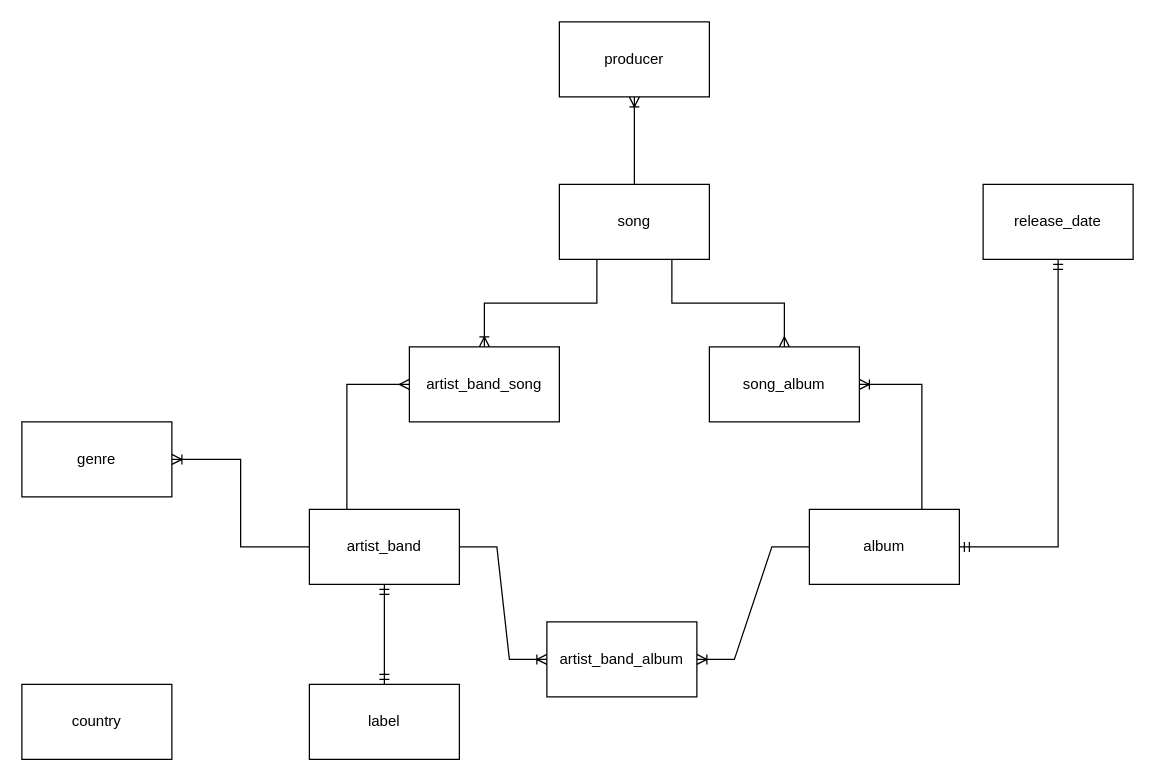
This is model_abstract.drawio from vitorjurj/examen_sem1_db, a draw.io file, before an edit. Source tidied: cells renumbered, new cells numbered last; positions are measured from the earlier drawing's top-left corner, leaving out a move shared by most shapes. Both pictures are drawn from the tidied source at 125%, with x=0, y=0 at pixel (21, 21).
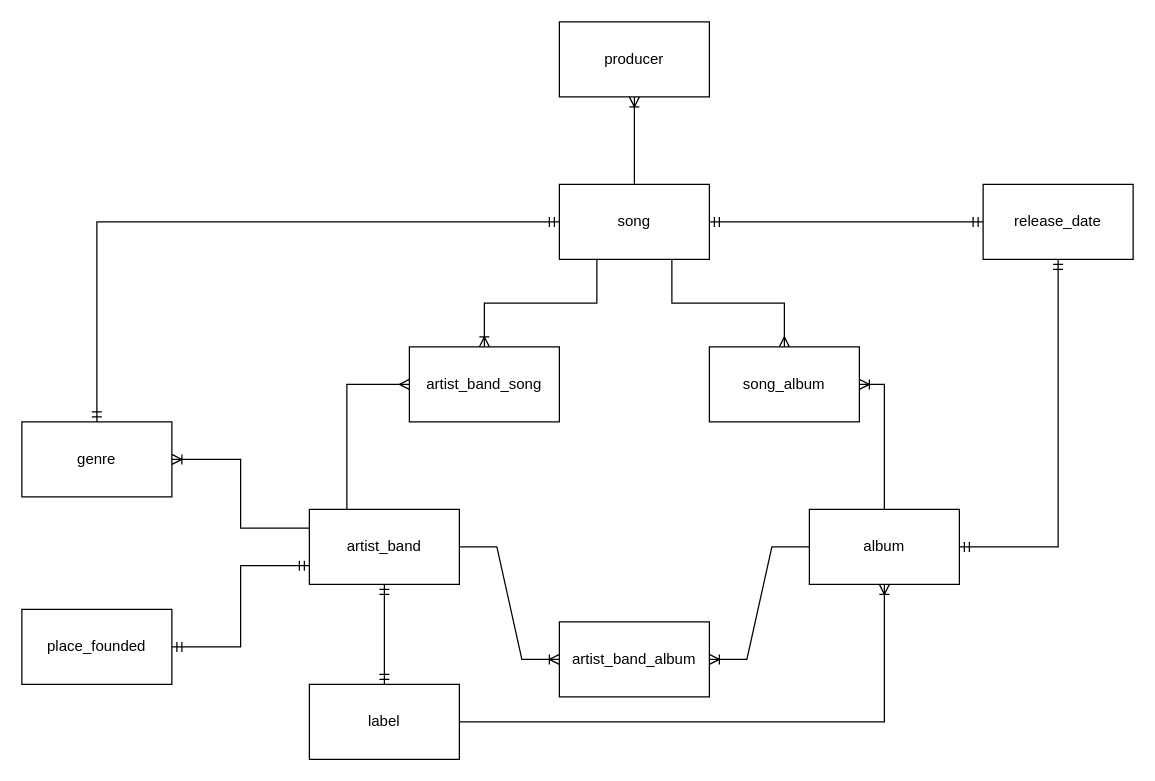
After the change.

The change refers to these unchanged cells:
```xml
<mxCell id="2" value="artist_band" style="rounded=0;whiteSpace=wrap;html=1;" parent="1" vertex="1">
  <mxGeometry x="230" y="390" width="120" height="60" as="geometry" />
</mxCell>
<mxCell id="5" value="song" style="rounded=0;whiteSpace=wrap;html=1;" parent="1" vertex="1">
  <mxGeometry x="430" y="130" width="120" height="60" as="geometry" />
</mxCell>
<mxCell id="6" value="genre" style="rounded=0;whiteSpace=wrap;html=1;" parent="1" vertex="1">
  <mxGeometry y="320" width="120" height="60" as="geometry" />
</mxCell>
<mxCell id="7" value="label" style="rounded=0;whiteSpace=wrap;html=1;" parent="1" vertex="1">
  <mxGeometry x="230" y="530" width="120" height="60" as="geometry" />
</mxCell>
<mxCell id="8" value="release_date" style="rounded=0;whiteSpace=wrap;html=1;" parent="1" vertex="1">
  <mxGeometry x="769" y="130" width="120" height="60" as="geometry" />
</mxCell>
<mxCell id="11" value="album" style="rounded=0;whiteSpace=wrap;html=1;" parent="1" vertex="1">
  <mxGeometry x="630" y="390" width="120" height="60" as="geometry" />
</mxCell>
<mxCell id="15" value="song_album" style="rounded=0;whiteSpace=wrap;html=1;" parent="1" vertex="1">
  <mxGeometry x="550" y="260" width="120" height="60" as="geometry" />
</mxCell>
```

Diff of the diagram source:
```diff
@@
     <mxCell id="3" value="artist_band_album" style="rounded=0;whiteSpace=wrap;html=1;" parent="1" vertex="1">
-      <mxGeometry x="420" y="480" width="120" height="60" as="geometry" />
+      <mxGeometry x="430" y="480" width="120" height="60" as="geometry" />
     </mxCell>
@@
-    <mxCell id="9" value="country" style="rounded=0;whiteSpace=wrap;html=1;" parent="1" vertex="1">
-      <mxGeometry y="530" width="120" height="60" as="geometry" />
+    <mxCell id="9" value="place_founded" style="rounded=0;whiteSpace=wrap;html=1;" parent="1" vertex="1">
+      <mxGeometry y="470" width="120" height="60" as="geometry" />
     </mxCell>
@@
-    <mxCell id="18" style="edgeStyle=orthogonalEdgeStyle;fontSize=12;html=1;endArrow=ERoneToMany;rounded=0;entryX=1;entryY=0.5;entryDx=0;entryDy=0;exitX=0.75;exitY=0;exitDx=0;exitDy=0;" parent="1" edge="1" source="11" target="15">
+    <mxCell id="18" style="edgeStyle=orthogonalEdgeStyle;fontSize=12;html=1;endArrow=ERoneToMany;rounded=0;entryX=1;entryY=0.5;entryDx=0;entryDy=0;exitX=0.5;exitY=0;exitDx=0;exitDy=0;" parent="1" edge="1" source="11" target="15">
       <mxGeometry relative="1" as="geometry" />
     </mxCell>
-    <mxCell id="19" style="edgeStyle=orthogonalEdgeStyle;fontSize=12;html=1;endArrow=ERoneToMany;rounded=0;exitX=0;exitY=0.5;exitDx=0;exitDy=0;entryX=1;entryY=0.5;entryDx=0;entryDy=0;" parent="1" edge="1" source="2" target="6">
+    <mxCell id="19" style="edgeStyle=orthogonalEdgeStyle;fontSize=12;html=1;endArrow=ERoneToMany;rounded=0;exitX=0;exitY=0.25;exitDx=0;exitDy=0;entryX=1;entryY=0.5;entryDx=0;entryDy=0;" parent="1" edge="1" source="2" target="6">
       <mxGeometry relative="1" as="geometry" />
     </mxCell>
@@
+    <mxCell id="23" style="edgeStyle=orthogonalEdgeStyle;fontSize=12;html=1;endArrow=ERmandOne;startArrow=ERmandOne;rounded=0;entryX=0;entryY=0.75;entryDx=0;entryDy=0;" parent="1" edge="1" source="9" target="2">
+      <mxGeometry relative="1" as="geometry" />
+    </mxCell>
+    <mxCell id="24" style="edgeStyle=entityRelationEdgeStyle;fontSize=12;html=1;endArrow=ERmandOne;startArrow=ERmandOne;rounded=0;entryX=0;entryY=0.5;entryDx=0;entryDy=0;exitX=1;exitY=0.5;exitDx=0;exitDy=0;" parent="1" edge="1" source="5" target="8">
+      <mxGeometry relative="1" as="geometry" />
+    </mxCell>
+    <mxCell id="25" style="edgeStyle=orthogonalEdgeStyle;fontSize=12;html=1;endArrow=ERmandOne;startArrow=ERmandOne;rounded=0;exitX=0.5;exitY=0;exitDx=0;exitDy=0;entryX=0;entryY=0.5;entryDx=0;entryDy=0;" parent="1" edge="1" source="6" target="5">
+      <mxGeometry relative="1" as="geometry" />
+    </mxCell>
+    <mxCell id="26" style="edgeStyle=orthogonalEdgeStyle;fontSize=12;html=1;endArrow=ERoneToMany;rounded=0;exitX=1;exitY=0.5;exitDx=0;exitDy=0;entryX=0.5;entryY=1;entryDx=0;entryDy=0;" parent="1" edge="1" source="7" target="11">
+      <mxGeometry relative="1" as="geometry" />
+    </mxCell>
```
